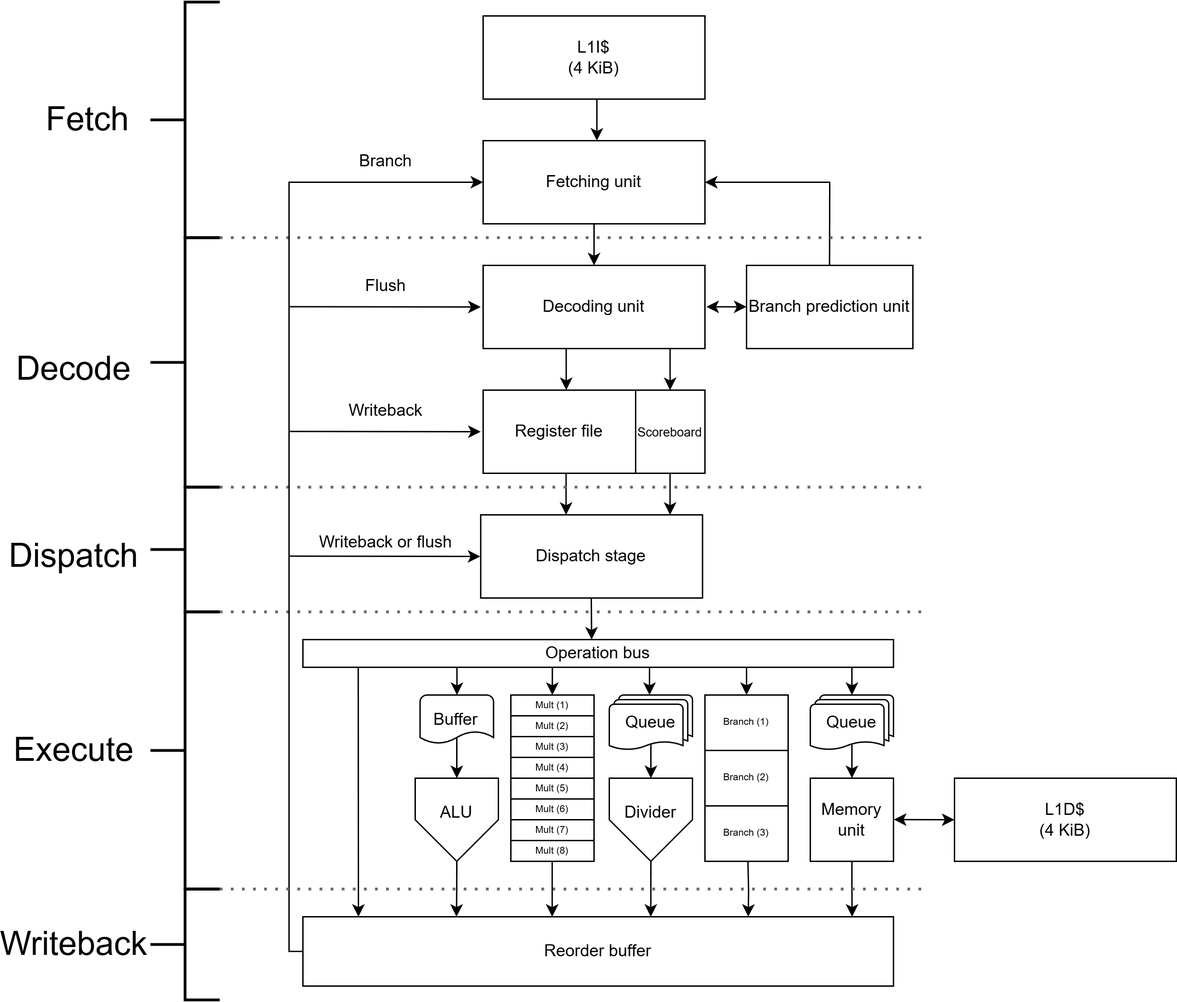
This is docs/SRV3.png from Slicudis/SRV3, a draw.io export, as it was before one commit. Source tidied: cells renumbered, new cells last; positions are measured from the earlier drawing's top-left corner, leaving out a move shared by most shapes.
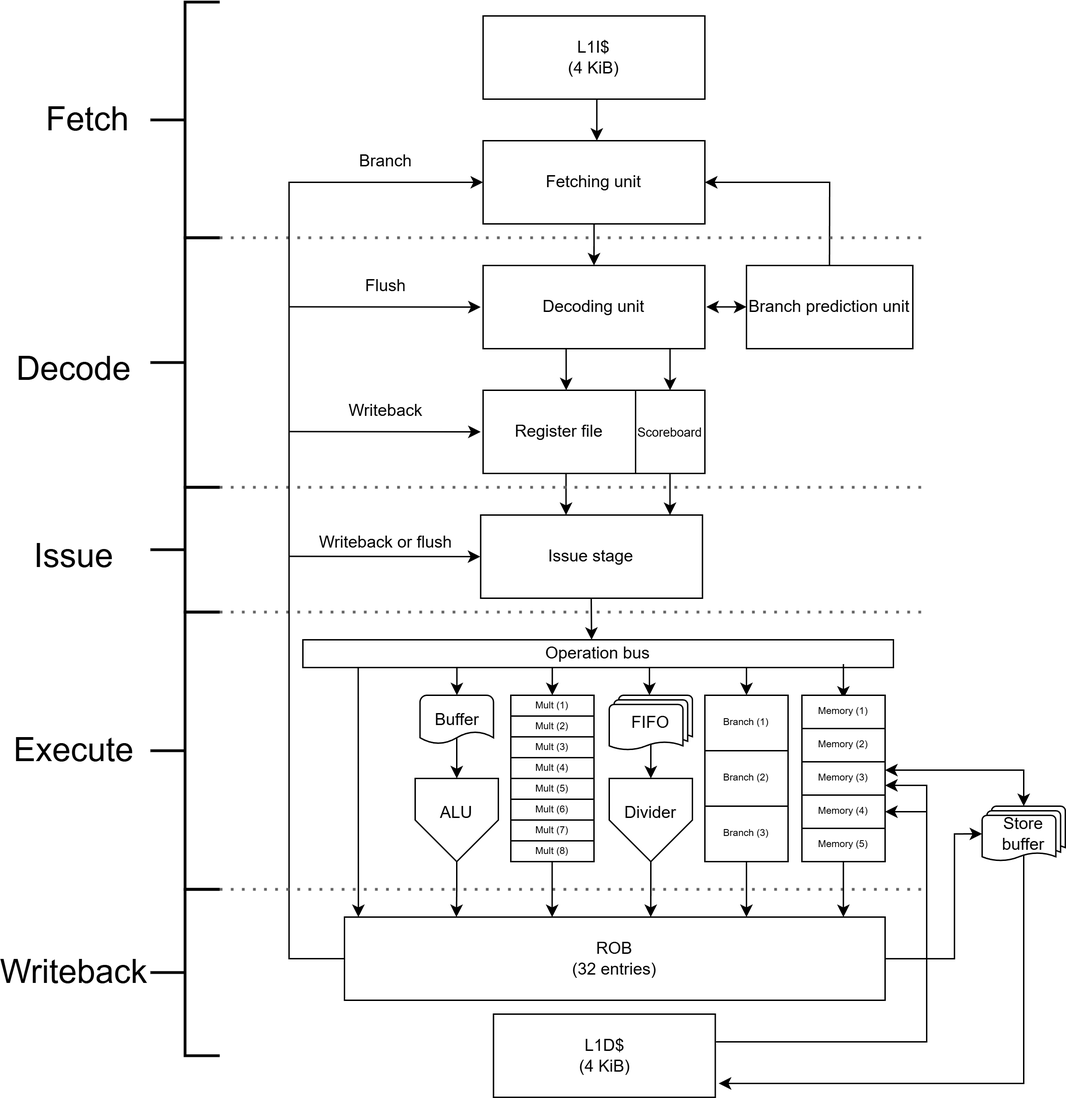
Above is the later version.

Change to the diagram source:
```diff
@@ -48,7 +48,7 @@
         <mxPoint x="474.9" y="280" as="targetPoint" />
       </mxGeometry>
     </mxCell>
-    <mxCell id="13" value="Dispatch stage" style="rounded=0;whiteSpace=wrap;html=1;" parent="1" vertex="1">
+    <mxCell id="13" value="Issue stage" style="rounded=0;whiteSpace=wrap;html=1;" parent="1" vertex="1">
       <mxGeometry x="338.2" y="370" width="160" height="60" as="geometry" />
     </mxCell>
     <mxCell id="14" style="endArrow=classic;html=1;rounded=0;" parent="1" edge="1">
@@ -81,7 +81,7 @@
     <mxCell id="20" style="edgeStyle=orthogonalEdgeStyle;rounded=0;jettySize=auto;html=1;exitX=0.5;exitY=0.88;exitDx=0;exitDy=0;exitPerimeter=0;entryX=0.5;entryY=0;entryDx=0;entryDy=0;" parent="1" edge="1" source="21" target="22">
       <mxGeometry relative="1" as="geometry" />
     </mxCell>
-    <mxCell id="21" value="Queue" style="strokeWidth=1;html=1;shape=mxgraph.flowchart.multi-document;whiteSpace=wrap;" parent="1" vertex="1">
+    <mxCell id="21" value="FIFO" style="strokeWidth=1;html=1;shape=mxgraph.flowchart.multi-document;whiteSpace=wrap;" parent="1" vertex="1">
       <mxGeometry x="431" y="500" width="60" height="40" as="geometry" />
     </mxCell>
     <mxCell id="22" value="&lt;div&gt;&lt;/div&gt;" style="verticalLabelPosition=bottom;verticalAlign=top;html=1;shape=offPageConnector;rounded=0;size=0.5;align=center;" parent="1" vertex="1">
@@ -90,17 +90,8 @@
     <mxCell id="23" value="Divider" style="text;html=1;align=center;verticalAlign=middle;whiteSpace=wrap;rounded=0;" parent="1" vertex="1">
       <mxGeometry x="431" y="570" width="60" height="30" as="geometry" />
     </mxCell>
-    <mxCell id="24" style="edgeStyle=orthogonalEdgeStyle;rounded=0;jettySize=auto;html=1;exitX=0.5;exitY=0.88;exitDx=0;exitDy=0;exitPerimeter=0;entryX=0.5;entryY=0;entryDx=0;entryDy=0;" parent="1" edge="1" source="25" target="26">
-      <mxGeometry relative="1" as="geometry" />
-    </mxCell>
-    <mxCell id="25" value="Queue" style="strokeWidth=1;html=1;shape=mxgraph.flowchart.multi-document;whiteSpace=wrap;" parent="1" vertex="1">
-      <mxGeometry x="576" y="500" width="60" height="40" as="geometry" />
-    </mxCell>
-    <mxCell id="26" value="Memory unit" style="rounded=0;whiteSpace=wrap;html=1;" parent="1" vertex="1">
-      <mxGeometry x="576" y="560" width="60" height="60" as="geometry" />
-    </mxCell>
     <mxCell id="27" value="L1D$&lt;div&gt;(4 KiB)&lt;/div&gt;" style="rounded=0;whiteSpace=wrap;html=1;" parent="1" vertex="1">
-      <mxGeometry x="680" y="560" width="160" height="60" as="geometry" />
+      <mxGeometry x="347.5" y="730" width="160" height="60" as="geometry" />
     </mxCell>
     <mxCell id="28" style="endArrow=classic;html=1;rounded=0;" parent="1" edge="1">
       <mxGeometry relative="1" as="geometry">
@@ -114,18 +105,6 @@
         <mxPoint x="460" y="500" as="targetPoint" />
       </mxGeometry>
     </mxCell>
-    <mxCell id="30" style="endArrow=classic;html=1;rounded=0;" parent="1" edge="1">
-      <mxGeometry relative="1" as="geometry">
-        <mxPoint x="606" y="480" as="sourcePoint" />
-        <mxPoint x="606" y="500" as="targetPoint" />
-      </mxGeometry>
-    </mxCell>
-    <mxCell id="31" style="endArrow=classic;startArrow=classic;html=1;rounded=0;" parent="1" edge="1">
-      <mxGeometry relative="1" as="geometry">
-        <mxPoint x="636.2" y="589.9" as="sourcePoint" />
-        <mxPoint x="680" y="590" as="targetPoint" />
-      </mxGeometry>
-    </mxCell>
     <mxCell id="32" style="strokeWidth=2;html=1;shape=mxgraph.flowchart.annotation_2;align=left;labelPosition=right;" parent="1" vertex="1">
       <mxGeometry x="100" y="440" width="50" height="200" as="geometry" />
     </mxCell>
@@ -144,7 +123,7 @@
     <mxCell id="37" value="Decode" style="text;html=1;align=center;verticalAlign=middle;whiteSpace=wrap;rounded=0;fontSize=24;" parent="1" vertex="1">
       <mxGeometry y="240" width="90" height="50" as="geometry" />
     </mxCell>
-    <mxCell id="38" value="Dispatch" style="text;html=1;align=center;verticalAlign=middle;whiteSpace=wrap;rounded=0;fontSize=24;" parent="1" vertex="1">
+    <mxCell id="38" value="Issue" style="text;html=1;align=center;verticalAlign=middle;whiteSpace=wrap;rounded=0;fontSize=24;" parent="1" vertex="1">
       <mxGeometry y="375" width="90" height="50" as="geometry" />
     </mxCell>
     <mxCell id="39" value="Execute" style="text;html=1;align=center;verticalAlign=middle;whiteSpace=wrap;rounded=0;fontSize=24;" parent="1" vertex="1">
@@ -168,9 +147,10 @@
         <mxPoint x="658.8" y="440" as="targetPoint" />
       </mxGeometry>
     </mxCell>
-    <mxCell id="43" style="endArrow=classic;html=1;rounded=0;entryX=0.094;entryY=0;entryDx=0;entryDy=0;entryPerimeter=0;" parent="1" edge="1" target="47">
+    <mxCell id="43" style="endArrow=classic;html=1;rounded=0;entryX=0.094;entryY=0;entryDx=0;entryDy=0;entryPerimeter=0;" parent="1" edge="1">
       <mxGeometry relative="1" as="geometry">
         <mxPoint x="249.9" y="480" as="sourcePoint" />
+        <mxPoint x="250" y="660" as="targetPoint" />
       </mxGeometry>
     </mxCell>
     <mxCell id="44" style="endArrow=classic;html=1;rounded=0;" parent="1" edge="1">
@@ -185,32 +165,30 @@
         <mxPoint x="338" y="400" as="targetPoint" />
       </mxGeometry>
     </mxCell>
-    <mxCell id="46" style="edgeStyle=orthogonalEdgeStyle;rounded=0;jettySize=auto;html=1;entryX=0;entryY=0.5;entryDx=0;entryDy=0;" parent="1" edge="1" source="47" target="4">
+    <mxCell id="46" style="edgeStyle=orthogonalEdgeStyle;rounded=0;jettySize=auto;html=1;entryX=0;entryY=0.5;entryDx=0;entryDy=0;exitX=0;exitY=0.5;exitDx=0;exitDy=0;exitPerimeter=0;" parent="1" edge="1" source="93" target="4">
       <mxGeometry relative="1" as="geometry">
         <Array as="points">
-          <mxPoint x="200" y="685" />
+          <mxPoint x="200" y="690" />
           <mxPoint x="200" y="130" />
         </Array>
       </mxGeometry>
     </mxCell>
-    <mxCell id="47" value="Reorder buffer" style="rounded=0;whiteSpace=wrap;html=1;" parent="1" vertex="1">
-      <mxGeometry x="210" y="660" width="426" height="50" as="geometry" />
-    </mxCell>
     <mxCell id="48" style="strokeWidth=2;html=1;shape=mxgraph.flowchart.annotation_2;align=left;labelPosition=right;" parent="1" vertex="1">
-      <mxGeometry x="100" y="640" width="50" height="80" as="geometry" />
+      <mxGeometry x="100" y="640" width="50" height="120" as="geometry" />
     </mxCell>
     <mxCell id="49" value="Writeback" style="text;html=1;align=center;verticalAlign=middle;whiteSpace=wrap;rounded=0;fontSize=24;" parent="1" vertex="1">
-      <mxGeometry y="655" width="90" height="50" as="geometry" />
+      <mxGeometry y="675" width="90" height="50" as="geometry" />
     </mxCell>
-    <mxCell id="50" style="edgeStyle=orthogonalEdgeStyle;rounded=0;jettySize=auto;html=1;exitX=0.5;exitY=1;exitDx=0;exitDy=0;entryX=0.26;entryY=0;entryDx=0;entryDy=0;entryPerimeter=0;" parent="1" edge="1" source="18" target="47">
-      <mxGeometry relative="1" as="geometry" />
+    <mxCell id="50" style="edgeStyle=orthogonalEdgeStyle;rounded=0;jettySize=auto;html=1;exitX=0.5;exitY=1;exitDx=0;exitDy=0;entryX=0.26;entryY=0;entryDx=0;entryDy=0;entryPerimeter=0;" parent="1" edge="1" source="18">
+      <mxGeometry relative="1" as="geometry">
+        <mxPoint x="320.8" y="660" as="targetPoint" />
+      </mxGeometry>
     </mxCell>
-    <mxCell id="51" style="edgeStyle=orthogonalEdgeStyle;rounded=0;jettySize=auto;html=1;exitX=0.5;exitY=1;exitDx=0;exitDy=0;entryX=0.589;entryY=0;entryDx=0;entryDy=0;entryPerimeter=0;" parent="1" edge="1" source="22" target="47">
-      <mxGeometry relative="1" as="geometry" />
+    <mxCell id="51" style="edgeStyle=orthogonalEdgeStyle;rounded=0;jettySize=auto;html=1;exitX=0.5;exitY=1;exitDx=0;exitDy=0;entryX=0.589;entryY=0;entryDx=0;entryDy=0;entryPerimeter=0;" parent="1" edge="1" source="22">
+      <mxGeometry relative="1" as="geometry">
+        <mxPoint x="460.9" y="660" as="targetPoint" />
+      </mxGeometry>
     </mxCell>
-    <mxCell id="52" style="edgeStyle=orthogonalEdgeStyle;rounded=0;jettySize=auto;html=1;exitX=0.5;exitY=1;exitDx=0;exitDy=0;entryX=0.93;entryY=0;entryDx=0;entryDy=0;entryPerimeter=0;" parent="1" edge="1" source="26" target="47">
-      <mxGeometry relative="1" as="geometry" />
-    </mxCell>
     <mxCell id="53" style="endArrow=none;dashed=1;html=1;dashPattern=1 3;strokeWidth=2;rounded=0;fillColor=#f5f5f5;strokeColor=#666666;" parent="1" edge="1">
       <mxGeometry relative="1" as="geometry">
         <mxPoint x="150" y="640" as="sourcePoint" />
@@ -247,11 +225,6 @@
     <mxCell id="60" value="Branch" style="text;html=1;align=center;verticalAlign=middle;whiteSpace=wrap;rounded=0;" parent="1" vertex="1">
       <mxGeometry x="240" y="100" width="60" height="30" as="geometry" />
     </mxCell>
-    <mxCell id="61" style="edgeStyle=orthogonalEdgeStyle;rounded=0;jettySize=auto;html=1;exitX=0.5;exitY=1;exitDx=0;exitDy=0;entryX=0.754;entryY=0;entryDx=0;entryDy=0;entryPerimeter=0;" parent="1" edge="1" target="47">
-      <mxGeometry relative="1" as="geometry">
-        <mxPoint x="531" y="620" as="sourcePoint" />
-      </mxGeometry>
-    </mxCell>
     <mxCell id="62" value="Buffer" style="strokeWidth=1;html=1;shape=mxgraph.flowchart.document2;whiteSpace=wrap;size=0.25;" parent="1" vertex="1">
       <mxGeometry x="294.5" y="500" width="53" height="35" as="geometry" />
     </mxCell>
@@ -315,5 +288,88 @@
         <mxPoint x="530" y="500" as="targetPoint" />
       </mxGeometry>
     </mxCell>
+    <mxCell id="30" style="endArrow=classic;html=1;rounded=0;" parent="1" edge="1">
+      <mxGeometry relative="1" as="geometry">
+        <mxPoint x="599.9" y="477.5" as="sourcePoint" />
+        <mxPoint x="599.9" y="502.5" as="targetPoint" />
+      </mxGeometry>
+    </mxCell>
+    <mxCell id="80" style="endArrow=classic;html=1;rounded=0;" parent="1" edge="1">
+      <mxGeometry relative="1" as="geometry">
+        <mxPoint x="530" y="620" as="sourcePoint" />
+        <mxPoint x="530" y="660" as="targetPoint" />
+      </mxGeometry>
+    </mxCell>
+    <mxCell id="81" style="endArrow=classic;html=1;rounded=0;" parent="1" edge="1">
+      <mxGeometry relative="1" as="geometry">
+        <mxPoint x="599.9" y="620" as="sourcePoint" />
+        <mxPoint x="599.9" y="660" as="targetPoint" />
+      </mxGeometry>
+    </mxCell>
+    <mxCell id="82" style="endArrow=classic;html=1;rounded=0;exitX=0.5;exitY=0.88;exitDx=0;exitDy=0;exitPerimeter=0;targetPerimeterSpacing=0;" parent="1" edge="1" source="83">
+      <mxGeometry relative="1" as="geometry">
+        <mxPoint x="510" y="780" as="targetPoint" />
+        <Array as="points">
+          <mxPoint x="730" y="780" />
+        </Array>
+      </mxGeometry>
+    </mxCell>
+    <mxCell id="83" value="Store buffer" style="strokeWidth=1;html=1;shape=mxgraph.flowchart.multi-document;whiteSpace=wrap;" parent="1" vertex="1">
+      <mxGeometry x="700" y="580" width="60" height="40" as="geometry" />
+    </mxCell>
+    <mxCell id="84" style="group;" parent="1" vertex="1">
+      <mxGeometry x="570" y="500" width="60" height="120" as="geometry" />
+    </mxCell>
+    <mxCell id="85" value="&lt;font&gt;Memory (2)&lt;/font&gt;" style="rounded=0;whiteSpace=wrap;html=1;fontSize=7;" parent="84" vertex="1">
+      <mxGeometry y="24" width="60" height="24" as="geometry" />
+    </mxCell>
+    <mxCell id="86" value="&lt;font&gt;Memory (3)&lt;/font&gt;" style="rounded=0;whiteSpace=wrap;html=1;fontSize=7;" parent="84" vertex="1">
+      <mxGeometry y="48" width="60" height="24" as="geometry" />
+    </mxCell>
+    <mxCell id="87" value="&lt;font&gt;Memory (1)&lt;/font&gt;" style="rounded=0;whiteSpace=wrap;html=1;fontSize=7;" parent="84" vertex="1">
+      <mxGeometry width="60" height="24" as="geometry" />
+    </mxCell>
+    <mxCell id="88" value="&lt;font&gt;Memory (4)&lt;/font&gt;" style="rounded=0;whiteSpace=wrap;html=1;fontSize=7;" parent="84" vertex="1">
+      <mxGeometry y="72" width="60" height="24" as="geometry" />
+    </mxCell>
+    <mxCell id="89" value="&lt;font&gt;Memory (5)&lt;/font&gt;" style="rounded=0;whiteSpace=wrap;html=1;fontSize=7;" parent="84" vertex="1">
+      <mxGeometry y="96" width="60" height="24" as="geometry" />
+    </mxCell>
+    <mxCell id="90" style="endArrow=classic;html=1;rounded=0;entryX=1;entryY=0.5;entryDx=0;entryDy=0;" parent="1" edge="1" target="88">
+      <mxGeometry relative="1" as="geometry">
+        <mxPoint x="508" y="750" as="sourcePoint" />
+        <Array as="points">
+          <mxPoint x="660" y="750" />
+          <mxPoint x="660" y="584" />
+        </Array>
+      </mxGeometry>
+    </mxCell>
+    <mxCell id="91" style="endArrow=classic;startArrow=classic;html=1;rounded=0;entryX=0.5;entryY=0;entryDx=0;entryDy=0;entryPerimeter=0;exitX=1;exitY=0.25;exitDx=0;exitDy=0;" parent="1" edge="1" source="86" target="83">
+      <mxGeometry relative="1" as="geometry">
+        <Array as="points">
+          <mxPoint x="730" y="554" />
+        </Array>
+      </mxGeometry>
+    </mxCell>
+    <mxCell id="92" style="endArrow=classic;html=1;rounded=0;" parent="1" edge="1">
+      <mxGeometry relative="1" as="geometry">
+        <mxPoint x="660" y="595" as="sourcePoint" />
+        <mxPoint x="630" y="565" as="targetPoint" />
+        <Array as="points">
+          <mxPoint x="660" y="565" />
+        </Array>
+      </mxGeometry>
+    </mxCell>
+    <mxCell id="93" value="ROB&lt;div&gt;(32 entries)&lt;/div&gt;" style="rounded=0;whiteSpace=wrap;html=1;" parent="1" vertex="1">
+      <mxGeometry x="240" y="660" width="390" height="60" as="geometry" />
+    </mxCell>
+    <mxCell id="94" style="edgeStyle=orthogonalEdgeStyle;rounded=0;jettySize=auto;html=1;entryX=0;entryY=0.5;entryDx=0;entryDy=0;entryPerimeter=0;" parent="1" edge="1" source="93" target="83">
+      <mxGeometry relative="1" as="geometry">
+        <Array as="points">
+          <mxPoint x="680" y="690" />
+          <mxPoint x="680" y="600" />
+        </Array>
+      </mxGeometry>
+    </mxCell>
   </root>
 </mxGraphModel>
```
